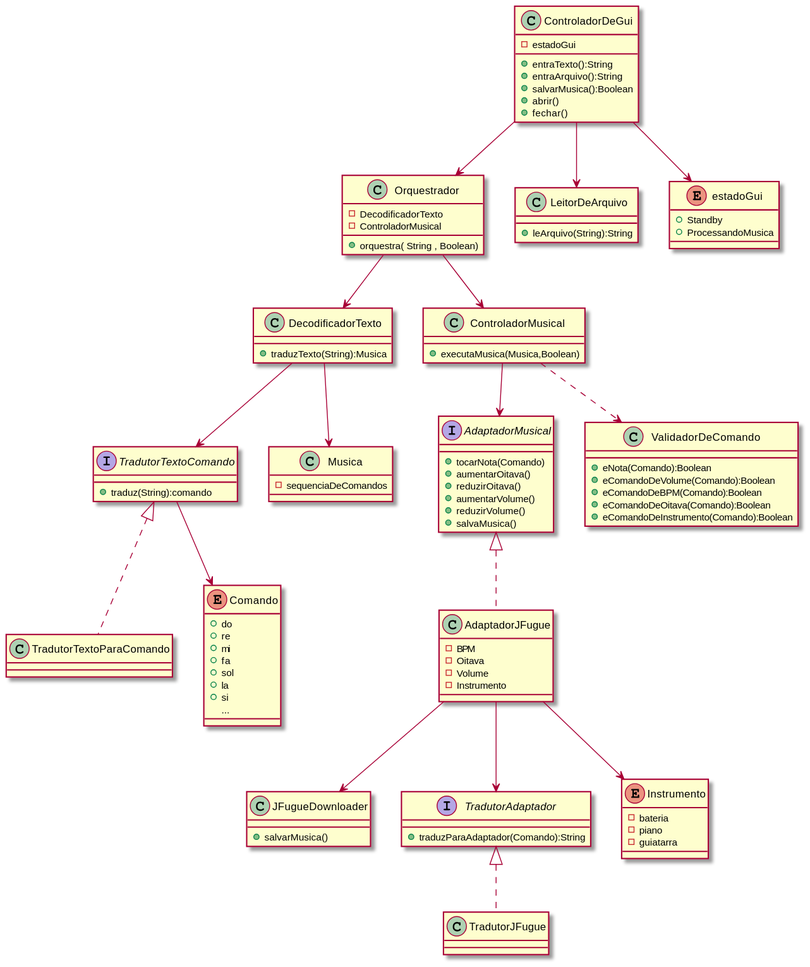
Above: out/diagramaDeClasses/classes.svg in JoaoCosme/TCP (PlantUML), before the change.
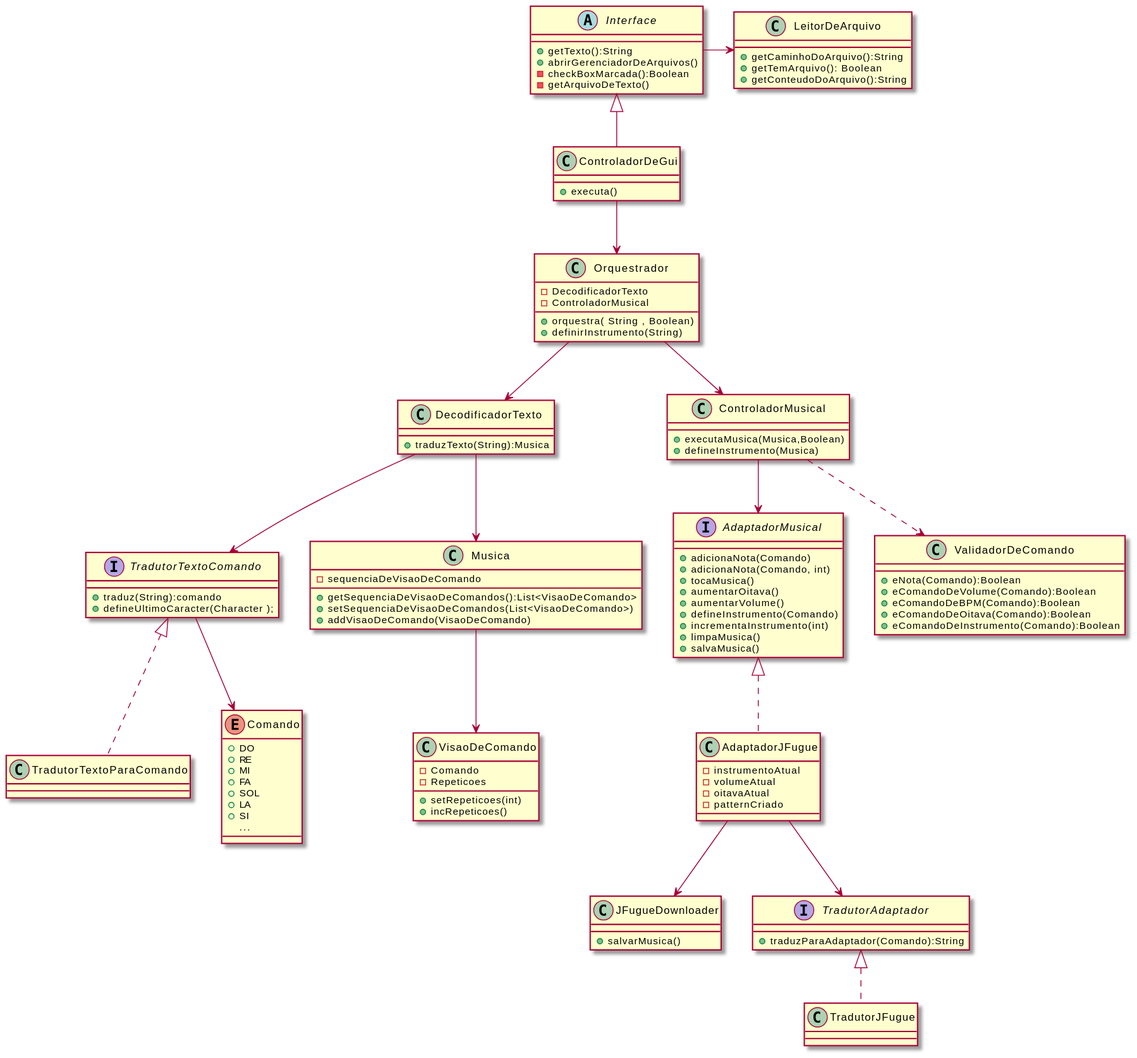
Above is the later version.

Commit message:
Adiciona diagrama exportado'

Diff of the diagram source:
```diff
@@ -4,24 +4,24 @@
     - DecodificadorTexto
     - ControladorMusical
     + orquestra( String , Boolean)
+    + definirInstrumento(String)
+}
+
+abstract Interface{
+    +getTexto():String
+    +abrirGerenciadorDeArquivos()
+    -checkBoxMarcada():Boolean
+    -getArquivoDeTexto()
+}
+
+class LeitorDeArquivo{
+    + getCaminhoDoArquivo():String
+    + getTemArquivo(): Boolean
+    + getConteudoDoArquivo():String
 }
 
 class ControladorDeGui{
-    - estadoGui
-    + entraTexto():String
-    + entraArquivo():String
-    + salvarMusica():Boolean
-    + abrir()
-    + fechar()
-}
-
-class LeitorDeArquivo{
-    + leArquivo(String):String
-}
-
-enum estadoGui{
-    + Standby
-    + ProcessandoMusica
+    + executa()
 }
 
 class DecodificadorTexto{
@@ -30,28 +30,33 @@
 
 interface TradutorTextoComando{
     + traduz(String):comando
+    + defineUltimoCaracter(Character );
 }
 
 class TradutorTextoParaComando implements TradutorTextoComando{}
 
 class ControladorMusical{
     + executaMusica(Musica,Boolean)
+    + defineInstrumento(Musica)
 }
 
 interface AdaptadorMusical{
-    + tocarNota(Comando)
+    + adicionaNota(Comando)
+    + adicionaNota(Comando, int)
+    + tocaMusica()
     + aumentarOitava()
-    + reduzirOitava()
     + aumentarVolume()
-    + reduzirVolume()
+    + defineInstrumento(Comando)
+    + incrementaInstrumento(int)
+    + limpaMusica()
     + salvaMusica()
 }
 
 class AdaptadorJFugue implements AdaptadorMusical{
-    - BPM
-    - Oitava
-    - Volume
-    - Instrumento
+    - instrumentoAtual
+    - volumeAtual
+    - oitavaAtual
+    - patternCriado
 }
 
 class JFugueDownloader{
@@ -66,25 +71,29 @@
 
 }
 
-enum Instrumento{
-    - bateria
-    - piano
-    - guiatarra
-}
-
 enum Comando{
-    + do
-    + re
-    + mi
-    + fa
-    + sol
-    + la
-    + si
+    + DO
+    + RE
+    + MI
+    + FA
+    + SOL
+    + LA
+    + SI
     ...
 }
 
 class Musica{
-    - sequenciaDeComandos
+    - sequenciaDeVisaoDeComando
+    + getSequenciaDeVisaoDeComandos():List<VisaoDeComando>
+    + setSequenciaDeVisaoDeComandos(List<VisaoDeComando>)
+    + addVisaoDeComando(VisaoDeComando)
+}
+
+class VisaoDeComando{
+    - Comando
+    - Repeticoes
+    + setRepeticoes(int)
+    + incRepeticoes()
 }
 
 class ValidadorDeComando{
@@ -95,9 +104,9 @@
     + eComandoDeInstrumento(Comando):Boolean
 }
 
-
+Interface <|-- ControladorDeGui
+Interface -> LeitorDeArquivo
 ControladorDeGui --> Orquestrador
-ControladorDeGui --> LeitorDeArquivo
 AdaptadorJFugue --> JFugueDownloader
 Orquestrador --> ControladorMusical
 Orquestrador --> DecodificadorTexto
@@ -106,9 +115,8 @@
 ControladorMusical --> AdaptadorMusical
 ControladorMusical ..> ValidadorDeComando
 TradutorTextoComando --> Comando
-ControladorDeGui --> estadoGui
-AdaptadorJFugue --> Instrumento
 AdaptadorJFugue --> TradutorAdaptador
+Musica --> VisaoDeComando
 
 
 @enduml
```
